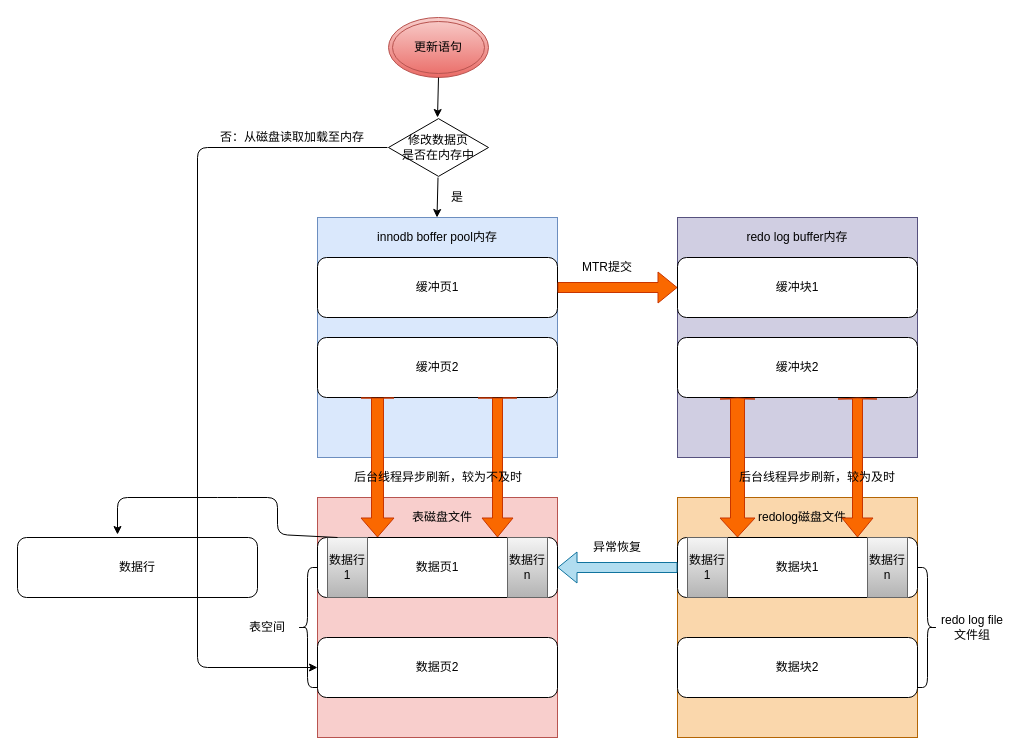
wqfgithub/drawio keeps this draw.io diagram as select-update.drawio. Above is the earlier version. Source tidied: cells renumbered, new cells numbered last; positions are measured from the earlier drawing's top-left corner, leaving out a move shared by most shapes. Both pictures are drawn from the tidied source at 100%, with x=0, y=0 at pixel (17, 17).
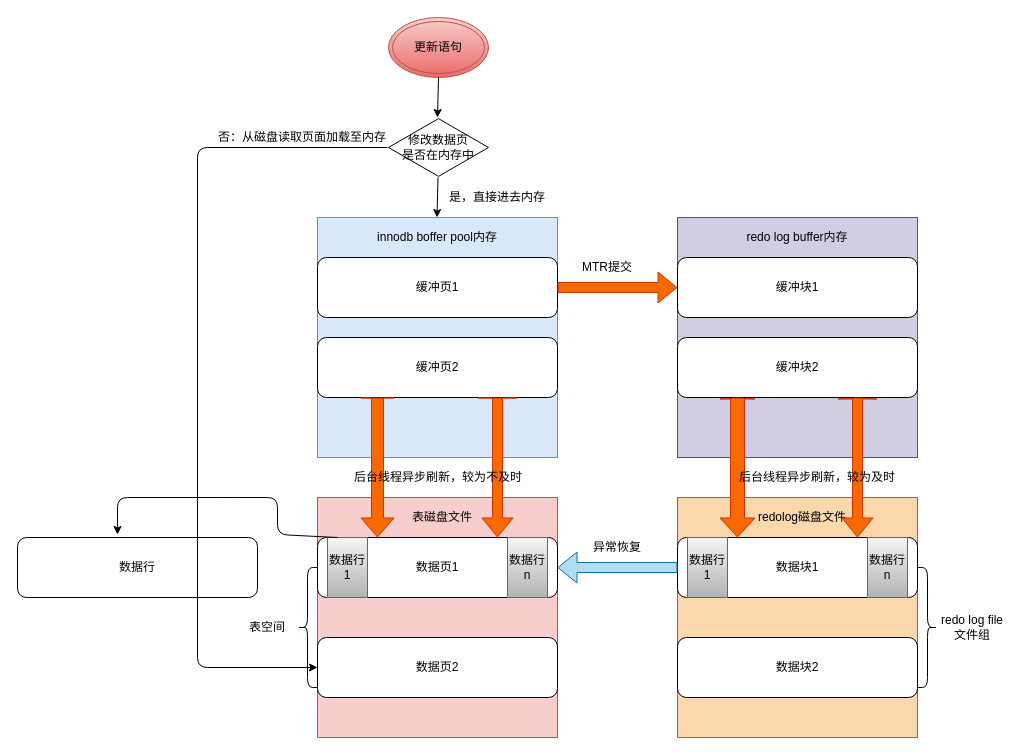
The same page after the edit.

The edit, as a diff of the source:
```diff
@@
-    <mxCell id="42" value="是" style="text;html=1;strokeColor=none;fillColor=none;align=center;verticalAlign=middle;whiteSpace=wrap;rounded=0;" parent="1" vertex="1">
-      <mxGeometry x="420" y="170" width="40" height="20" as="geometry" />
+    <mxCell id="42" value="是，直接进去内存" style="text;html=1;strokeColor=none;fillColor=none;align=center;verticalAlign=middle;whiteSpace=wrap;rounded=0;" parent="1" vertex="1">
+      <mxGeometry x="420" y="170" width="120" height="20" as="geometry" />
     </mxCell>
@@
-    <mxCell id="44" value="否：从磁盘读取加载至内存" style="text;html=1;strokeColor=none;fillColor=none;align=center;verticalAlign=middle;whiteSpace=wrap;rounded=0;" parent="1" vertex="1">
-      <mxGeometry x="200" y="110" width="150" height="20" as="geometry" />
+    <mxCell id="44" value="否：从磁盘读取页面加载至内存" style="text;html=1;strokeColor=none;fillColor=none;align=center;verticalAlign=middle;whiteSpace=wrap;rounded=0;" parent="1" vertex="1">
+      <mxGeometry x="200" y="110" width="170" height="20" as="geometry" />
     </mxCell>
```
